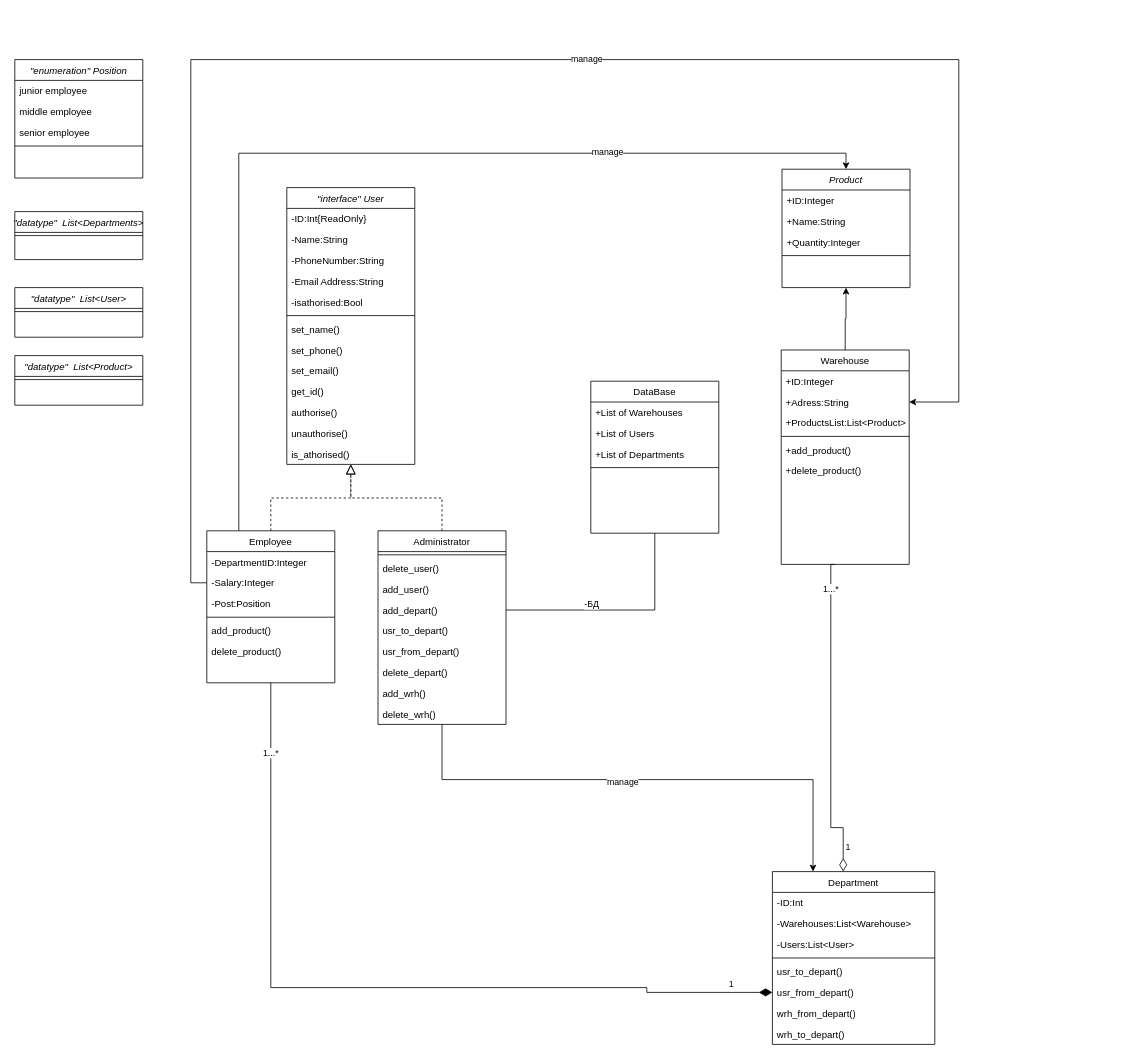
This is lab02/class-diagram.drawio from MstislavRomanovski/UML, a draw.io file, before an edit. Source tidied: cells renumbered, new cells numbered last; positions are measured from the earlier drawing's top-left corner, leaving out a move shared by most shapes. Both pictures are drawn from the tidied source at 80%, with x=0, y=0 at pixel (14, 59).
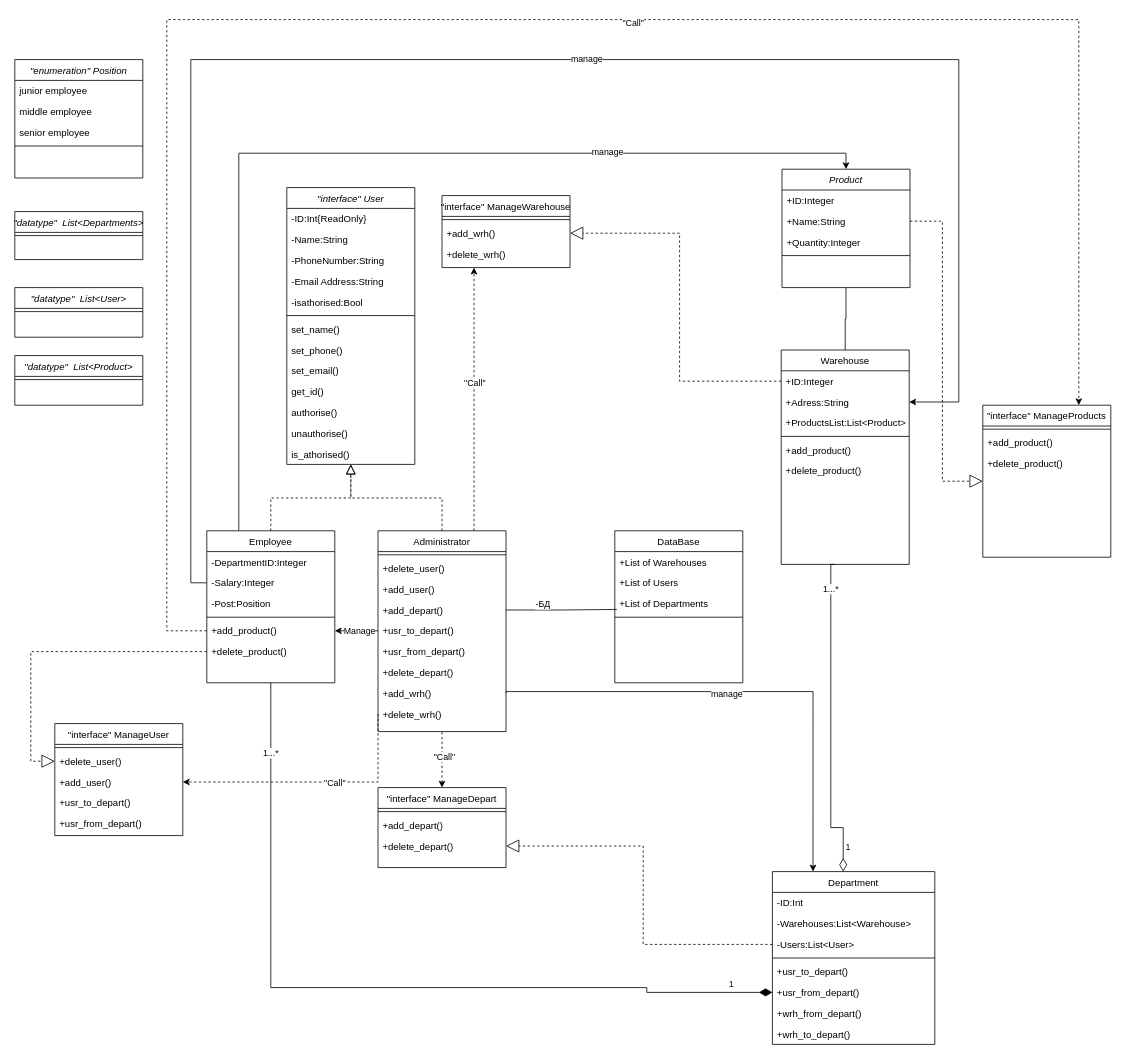
Above is the later version.

Unchanged cells that the change refers to:
```xml
<mxCell id="18" value="Employee" style="swimlane;fontStyle=0;align=center;verticalAlign=top;horizontal=1;startSize=26;rounded=0;shadow=0;strokeWidth=1;" parent="1" vertex="1">
  <mxGeometry x="240" y="589" width="160" height="190" as="geometry" />
</mxCell>
<mxCell id="40" value="Warehouse" style="swimlane;fontStyle=0;align=center;verticalAlign=top;horizontal=1;startSize=26;rounded=0;shadow=0;strokeWidth=1;" parent="1" vertex="1">
  <mxGeometry x="958" y="363" width="160" height="268" as="geometry" />
</mxCell>
<mxCell id="41" value="+ID:Integer" style="text;align=left;verticalAlign=top;spacingLeft=4;spacingRight=4;overflow=hidden;points=[[0,0.5],[1,0.5]];portConstraint=eastwest;" parent="40" vertex="1">
  <mxGeometry y="26" width="160" height="26" as="geometry" />
</mxCell>
<mxCell id="52" value="Product" style="swimlane;fontStyle=2;align=center;verticalAlign=top;horizontal=1;startSize=26;rounded=0;shadow=0;strokeWidth=1;" parent="1" vertex="1">
  <mxGeometry x="959" y="137" width="160" height="148" as="geometry" />
</mxCell>
<mxCell id="54" value="+Name:String" style="text;align=left;verticalAlign=top;spacingLeft=4;spacingRight=4;overflow=hidden;points=[[0,0.5],[1,0.5]];portConstraint=eastwest;" parent="52" vertex="1">
  <mxGeometry y="52" width="160" height="26" as="geometry" />
</mxCell>
<mxCell id="57" value="Department" style="swimlane;fontStyle=0;align=center;verticalAlign=top;horizontal=1;startSize=26;rounded=0;shadow=0;strokeWidth=1;" parent="1" vertex="1">
  <mxGeometry x="947" y="1015" width="203" height="216" as="geometry" />
</mxCell>
<mxCell id="60" value="-Users:List&lt;User&gt;" style="text;align=left;verticalAlign=top;spacingLeft=4;spacingRight=4;overflow=hidden;points=[[0,0.5],[1,0.5]];portConstraint=eastwest;rounded=0;shadow=0;html=0;" parent="57" vertex="1">
  <mxGeometry y="78" width="203" height="26" as="geometry" />
</mxCell>
<mxCell id="75" value="+List of Departments" style="text;align=left;verticalAlign=top;spacingLeft=4;spacingRight=4;overflow=hidden;points=[[0,0.5],[1,0.5]];portConstraint=eastwest;" parent="72" vertex="1">
  <mxGeometry y="78" width="160" height="26" as="geometry" />
</mxCell>
```

The edit, as a diff of the source:
```diff
@@
-    <mxCell id="23" value="add_product()" style="text;align=left;verticalAlign=top;spacingLeft=4;spacingRight=4;overflow=hidden;points=[[0,0.5],[1,0.5]];portConstraint=eastwest;rounded=0;shadow=0;html=0;" parent="18" vertex="1">
+    <mxCell id="23" value="+add_product()" style="text;align=left;verticalAlign=top;spacingLeft=4;spacingRight=4;overflow=hidden;points=[[0,0.5],[1,0.5]];portConstraint=eastwest;rounded=0;shadow=0;html=0;" parent="18" vertex="1">
       <mxGeometry y="112" width="160" height="26" as="geometry" />
     </mxCell>
-    <mxCell id="24" value="delete_product()" style="text;align=left;verticalAlign=top;spacingLeft=4;spacingRight=4;overflow=hidden;points=[[0,0.5],[1,0.5]];portConstraint=eastwest;rounded=0;shadow=0;html=0;" parent="18" vertex="1">
+    <mxCell id="24" value="+delete_product()" style="text;align=left;verticalAlign=top;spacingLeft=4;spacingRight=4;overflow=hidden;points=[[0,0.5],[1,0.5]];portConstraint=eastwest;rounded=0;shadow=0;html=0;" parent="18" vertex="1">
       <mxGeometry y="138" width="160" height="26" as="geometry" />
     </mxCell>
@@
-    <mxCell id="26" style="edgeStyle=orthogonalEdgeStyle;rounded=0;jettySize=auto;html=1;entryX=0.25;entryY=0;entryDx=0;entryDy=0;" parent="1" edge="1" source="28" target="57">
+    <mxCell id="26" style="edgeStyle=orthogonalEdgeStyle;rounded=0;jettySize=auto;html=1;entryX=0.25;entryY=0;entryDx=0;entryDy=0;exitX=1;exitY=0.5;exitDx=0;exitDy=0;" parent="1" edge="1" source="36" target="57">
       <mxGeometry relative="1" as="geometry">
         <Array as="points">
-          <mxPoint x="534" y="900" />
-          <mxPoint x="998" y="900" />
+          <mxPoint x="614" y="790" />
+          <mxPoint x="998" y="790" />
         </Array>
       </mxGeometry>
     </mxCell>
@@
+    <mxCell id="85" style="edgeStyle=orthogonalEdgeStyle;rounded=0;jettySize=auto;html=1;exitX=0.75;exitY=0;exitDx=0;exitDy=0;entryX=0.25;entryY=1;entryDx=0;entryDy=0;dashed=1;" parent="1" edge="1" source="28" target="101">
+      <mxGeometry relative="1" as="geometry" />
+    </mxCell>
+    <mxCell id="86" value="&quot;Call&quot;" style="edgeLabel;html=1;align=center;verticalAlign=middle;" parent="85" vertex="1">
+      <mxGeometry x="0.13" relative="1" as="geometry" />
+    </mxCell>
     <mxCell id="28" value="Administrator" style="swimlane;fontStyle=0;align=center;verticalAlign=top;horizontal=1;startSize=26;rounded=0;shadow=0;strokeWidth=1;" parent="1" vertex="1">
-      <mxGeometry x="454" y="589" width="160" height="242" as="geometry" />
+      <mxGeometry x="454" y="589" width="160" height="251" as="geometry" />
     </mxCell>
@@
-    <mxCell id="30" value="delete_user()" style="text;align=left;verticalAlign=top;spacingLeft=4;spacingRight=4;overflow=hidden;rounded=0;shadow=0;html=0;" parent="28" vertex="1">
+    <mxCell id="30" value="+delete_user()" style="text;align=left;verticalAlign=top;spacingLeft=4;spacingRight=4;overflow=hidden;rounded=0;shadow=0;html=0;" parent="28" vertex="1">
       <mxGeometry y="34" width="160" height="26" as="geometry" />
     </mxCell>
-    <mxCell id="31" value="add_user()" style="text;align=left;verticalAlign=top;spacingLeft=4;spacingRight=4;overflow=hidden;rounded=0;shadow=0;html=0;" parent="28" vertex="1">
+    <mxCell id="31" value="+add_user()" style="text;align=left;verticalAlign=top;spacingLeft=4;spacingRight=4;overflow=hidden;rounded=0;shadow=0;html=0;" parent="28" vertex="1">
       <mxGeometry y="60" width="160" height="26" as="geometry" />
     </mxCell>
-    <mxCell id="32" value="add_depart()" style="text;align=left;verticalAlign=top;spacingLeft=4;spacingRight=4;overflow=hidden;points=[[0,0.5],[1,0.5]];portConstraint=eastwest;rounded=0;shadow=0;html=0;" parent="28" vertex="1">
+    <mxCell id="32" value="+add_depart()" style="text;align=left;verticalAlign=top;spacingLeft=4;spacingRight=4;overflow=hidden;points=[[0,0.5],[1,0.5]];portConstraint=eastwest;rounded=0;shadow=0;html=0;" parent="28" vertex="1">
       <mxGeometry y="86" width="160" height="26" as="geometry" />
     </mxCell>
-    <mxCell id="33" value="usr_to_depart()" style="text;align=left;verticalAlign=top;spacingLeft=4;spacingRight=4;overflow=hidden;points=[[0,0.5],[1,0.5]];portConstraint=eastwest;rounded=0;shadow=0;html=0;" parent="28" vertex="1">
+    <mxCell id="33" value="+usr_to_depart()" style="text;align=left;verticalAlign=top;spacingLeft=4;spacingRight=4;overflow=hidden;points=[[0,0.5],[1,0.5]];portConstraint=eastwest;rounded=0;shadow=0;html=0;" parent="28" vertex="1">
       <mxGeometry y="112" width="160" height="26" as="geometry" />
     </mxCell>
-    <mxCell id="34" value="usr_from_depart()" style="text;align=left;verticalAlign=top;spacingLeft=4;spacingRight=4;overflow=hidden;rounded=0;shadow=0;html=0;" parent="28" vertex="1">
+    <mxCell id="34" value="+usr_from_depart()" style="text;align=left;verticalAlign=top;spacingLeft=4;spacingRight=4;overflow=hidden;rounded=0;shadow=0;html=0;" parent="28" vertex="1">
       <mxGeometry y="138" width="160" height="26" as="geometry" />
     </mxCell>
-    <mxCell id="35" value="delete_depart()" style="text;align=left;verticalAlign=top;spacingLeft=4;spacingRight=4;overflow=hidden;rounded=0;shadow=0;html=0;" parent="28" vertex="1">
+    <mxCell id="35" value="+delete_depart()" style="text;align=left;verticalAlign=top;spacingLeft=4;spacingRight=4;overflow=hidden;rounded=0;shadow=0;html=0;" parent="28" vertex="1">
       <mxGeometry y="164" width="160" height="26" as="geometry" />
     </mxCell>
-    <mxCell id="36" value="add_wrh()" style="text;align=left;verticalAlign=top;spacingLeft=4;spacingRight=4;overflow=hidden;points=[[0,0.5],[1,0.5]];portConstraint=eastwest;rounded=0;shadow=0;html=0;" parent="28" vertex="1">
+    <mxCell id="36" value="+add_wrh()" style="text;align=left;verticalAlign=top;spacingLeft=4;spacingRight=4;overflow=hidden;points=[[0,0.5],[1,0.5]];portConstraint=eastwest;rounded=0;shadow=0;html=0;" parent="28" vertex="1">
       <mxGeometry y="190" width="160" height="26" as="geometry" />
     </mxCell>
-    <mxCell id="37" value="delete_wrh()" style="text;align=left;verticalAlign=top;spacingLeft=4;spacingRight=4;overflow=hidden;points=[[0,0.5],[1,0.5]];portConstraint=eastwest;rounded=0;shadow=0;html=0;" parent="28" vertex="1">
+    <mxCell id="37" value="+delete_wrh()" style="text;align=left;verticalAlign=top;spacingLeft=4;spacingRight=4;overflow=hidden;points=[[0,0.5],[1,0.5]];portConstraint=eastwest;rounded=0;shadow=0;html=0;" parent="28" vertex="1">
       <mxGeometry y="216" width="160" height="26" as="geometry" />
     </mxCell>
@@
-    <mxCell id="39" style="edgeStyle=orthogonalEdgeStyle;rounded=0;jettySize=auto;html=1;entryX=0.5;entryY=1;entryDx=0;entryDy=0;" parent="1" edge="1" source="40" target="52">
+    <mxCell id="39" style="edgeStyle=orthogonalEdgeStyle;rounded=0;jettySize=auto;html=1;entryX=0.5;entryY=1;entryDx=0;entryDy=0;endArrow=none;endFill=0;" parent="1" edge="1" source="40" target="52">
       <mxGeometry relative="1" as="geometry" />
     </mxCell>
+    <mxCell id="87" style="edgeStyle=orthogonalEdgeStyle;rounded=0;jettySize=auto;html=1;exitX=1;exitY=0.5;exitDx=0;exitDy=0;entryX=0;entryY=0.5;entryDx=0;entryDy=0;endArrow=block;endFill=0;dashed=1;endSize=14;" parent="1" edge="1" source="54" target="88">
+      <mxGeometry relative="1" as="geometry" />
+    </mxCell>
@@
-    <mxCell id="62" value="usr_to_depart()" style="text;align=left;verticalAlign=top;spacingLeft=4;spacingRight=4;overflow=hidden;rounded=0;shadow=0;html=0;" parent="57" vertex="1">
+    <mxCell id="62" value="+usr_to_depart()" style="text;align=left;verticalAlign=top;spacingLeft=4;spacingRight=4;overflow=hidden;rounded=0;shadow=0;html=0;" parent="57" vertex="1">
       <mxGeometry y="112" width="203" height="26" as="geometry" />
     </mxCell>
-    <mxCell id="63" value="usr_from_depart()" style="text;align=left;verticalAlign=top;spacingLeft=4;spacingRight=4;overflow=hidden;points=[[0,0.5],[1,0.5]];portConstraint=eastwest;rounded=0;shadow=0;html=0;" parent="57" vertex="1">
+    <mxCell id="63" value="+usr_from_depart()" style="text;align=left;verticalAlign=top;spacingLeft=4;spacingRight=4;overflow=hidden;points=[[0,0.5],[1,0.5]];portConstraint=eastwest;rounded=0;shadow=0;html=0;" parent="57" vertex="1">
       <mxGeometry y="138" width="203" height="26" as="geometry" />
     </mxCell>
-    <mxCell id="64" value="wrh_from_depart()" style="text;align=left;verticalAlign=top;spacingLeft=4;spacingRight=4;overflow=hidden;rounded=0;shadow=0;html=0;" parent="57" vertex="1">
+    <mxCell id="64" value="+wrh_from_depart()" style="text;align=left;verticalAlign=top;spacingLeft=4;spacingRight=4;overflow=hidden;rounded=0;shadow=0;html=0;" parent="57" vertex="1">
       <mxGeometry y="164" width="203" height="26" as="geometry" />
     </mxCell>
-    <mxCell id="65" value="wrh_to_depart()" style="text;align=left;verticalAlign=top;spacingLeft=4;spacingRight=4;overflow=hidden;rounded=0;shadow=0;html=0;" parent="57" vertex="1">
+    <mxCell id="65" value="+wrh_to_depart()" style="text;align=left;verticalAlign=top;spacingLeft=4;spacingRight=4;overflow=hidden;rounded=0;shadow=0;html=0;" parent="57" vertex="1">
       <mxGeometry y="190" width="203" height="26" as="geometry" />
     </mxCell>
@@
     <mxCell id="72" value="DataBase" style="swimlane;fontStyle=0;align=center;verticalAlign=top;horizontal=1;startSize=26;rounded=0;shadow=0;strokeWidth=1;" parent="1" vertex="1">
-      <mxGeometry x="720" y="402" width="160" height="190" as="geometry" />
+      <mxGeometry x="750" y="589" width="160" height="190" as="geometry" />
     </mxCell>
@@
-    <mxCell id="77" style="edgeStyle=orthogonalEdgeStyle;rounded=0;jettySize=auto;html=1;exitX=1;exitY=0.5;exitDx=0;exitDy=0;entryX=0.5;entryY=1;entryDx=0;entryDy=0;endArrow=none;endFill=0;" parent="1" edge="1" source="32" target="72">
+    <mxCell id="77" style="edgeStyle=orthogonalEdgeStyle;rounded=0;jettySize=auto;html=1;exitX=1;exitY=0.5;exitDx=0;exitDy=0;entryX=0.016;entryY=0.78;entryDx=0;entryDy=0;endArrow=none;endFill=0;entryPerimeter=0;" parent="1" edge="1" source="32" target="75">
       <mxGeometry relative="1" as="geometry" />
     </mxCell>
@@
+    <mxCell id="88" value="&quot;interface&quot; ManageProducts" style="swimlane;fontStyle=0;align=center;verticalAlign=top;horizontal=1;startSize=26;rounded=0;shadow=0;strokeWidth=1;" parent="1" vertex="1">
+      <mxGeometry x="1210" y="432" width="160" height="190" as="geometry" />
+    </mxCell>
+    <mxCell id="89" style="line;html=1;strokeWidth=1;align=left;verticalAlign=middle;spacingTop=-1;spacingLeft=3;spacingRight=3;labelPosition=right;" parent="88" vertex="1">
+      <mxGeometry y="26" width="160" height="8" as="geometry" />
+    </mxCell>
+    <mxCell id="90" value="+add_product()" style="text;align=left;verticalAlign=top;spacingLeft=4;spacingRight=4;overflow=hidden;rounded=0;shadow=0;html=0;" parent="88" vertex="1">
+      <mxGeometry y="34" width="160" height="26" as="geometry" />
+    </mxCell>
+    <mxCell id="91" value="+delete_product()" style="text;align=left;verticalAlign=top;spacingLeft=4;spacingRight=4;overflow=hidden;rounded=0;shadow=0;html=0;" parent="88" vertex="1">
+      <mxGeometry y="60" width="160" height="26" as="geometry" />
+    </mxCell>
+    <mxCell id="92" style="edgeStyle=orthogonalEdgeStyle;rounded=0;jettySize=auto;html=1;exitX=0;exitY=0.5;exitDx=0;exitDy=0;entryX=0.75;entryY=0;entryDx=0;entryDy=0;dashed=1;" parent="1" edge="1" source="23" target="88">
+      <mxGeometry relative="1" as="geometry">
+        <Array as="points">
+          <mxPoint x="190" y="714" />
+          <mxPoint x="190" y="-50" />
+          <mxPoint x="1330" y="-50" />
+        </Array>
+      </mxGeometry>
+    </mxCell>
+    <mxCell id="93" value="&quot;Call&quot;" style="edgeLabel;html=1;align=center;verticalAlign=middle;" parent="92" vertex="1">
+      <mxGeometry x="0.16" y="-4" relative="1" as="geometry">
+        <mxPoint x="-17" as="offset" />
+      </mxGeometry>
+    </mxCell>
+    <mxCell id="94" style="edgeStyle=orthogonalEdgeStyle;rounded=0;jettySize=auto;html=1;exitX=0.5;exitY=0;exitDx=0;exitDy=0;entryX=0.5;entryY=1;entryDx=0;entryDy=0;endArrow=none;endFill=0;startArrow=classic;startFill=1;dashed=1;" parent="1" edge="1" source="96" target="28">
+      <mxGeometry relative="1" as="geometry" />
+    </mxCell>
+    <mxCell id="95" value="&quot;Call&quot;" style="edgeLabel;html=1;align=center;verticalAlign=middle;" parent="94" vertex="1">
+      <mxGeometry x="0.11" y="-2" relative="1" as="geometry" />
+    </mxCell>
+    <mxCell id="96" value="&quot;interface&quot; ManageDepart" style="swimlane;fontStyle=0;align=center;verticalAlign=top;horizontal=1;startSize=26;rounded=0;shadow=0;strokeWidth=1;" parent="1" vertex="1">
+      <mxGeometry x="454" y="910" width="160" height="100" as="geometry" />
+    </mxCell>
+    <mxCell id="97" style="line;html=1;strokeWidth=1;align=left;verticalAlign=middle;spacingTop=-1;spacingLeft=3;spacingRight=3;labelPosition=right;" parent="96" vertex="1">
+      <mxGeometry y="26" width="160" height="8" as="geometry" />
+    </mxCell>
+    <mxCell id="98" value="+add_depart()" style="text;align=left;verticalAlign=top;spacingLeft=4;spacingRight=4;overflow=hidden;rounded=0;shadow=0;html=0;" parent="96" vertex="1">
+      <mxGeometry y="34" width="160" height="26" as="geometry" />
+    </mxCell>
+    <mxCell id="99" value="+delete_depart()" style="text;align=left;verticalAlign=top;spacingLeft=4;spacingRight=4;overflow=hidden;points=[[0,0.5],[1,0.5]];portConstraint=eastwest;rounded=0;shadow=0;html=0;" parent="96" vertex="1">
+      <mxGeometry y="60" width="160" height="26" as="geometry" />
+    </mxCell>
+    <mxCell id="100" style="edgeStyle=orthogonalEdgeStyle;rounded=0;jettySize=auto;html=1;exitX=0;exitY=0.5;exitDx=0;exitDy=0;entryX=1;entryY=0.5;entryDx=0;entryDy=0;dashed=1;endArrow=block;endFill=0;endSize=14;" parent="1" edge="1" source="60" target="99">
+      <mxGeometry relative="1" as="geometry" />
+    </mxCell>
+    <mxCell id="101" value="&quot;interface&quot; ManageWarehouse" style="swimlane;fontStyle=0;align=center;verticalAlign=top;horizontal=1;startSize=26;rounded=0;shadow=0;strokeWidth=1;" parent="1" vertex="1">
+      <mxGeometry x="534" y="170" width="160" height="90" as="geometry" />
+    </mxCell>
+    <mxCell id="102" style="line;html=1;strokeWidth=1;align=left;verticalAlign=middle;spacingTop=-1;spacingLeft=3;spacingRight=3;labelPosition=right;" parent="101" vertex="1">
+      <mxGeometry y="26" width="160" height="8" as="geometry" />
+    </mxCell>
+    <mxCell id="103" value="+add_wrh()" style="text;align=left;verticalAlign=top;spacingLeft=4;spacingRight=4;overflow=hidden;points=[[0,0.5],[1,0.5]];portConstraint=eastwest;rounded=0;shadow=0;html=0;" parent="101" vertex="1">
+      <mxGeometry y="34" width="160" height="26" as="geometry" />
+    </mxCell>
+    <mxCell id="104" value="+delete_wrh()" style="text;align=left;verticalAlign=top;spacingLeft=4;spacingRight=4;overflow=hidden;rounded=0;shadow=0;html=0;" parent="101" vertex="1">
+      <mxGeometry y="60" width="160" height="26" as="geometry" />
+    </mxCell>
+    <mxCell id="105" style="edgeStyle=orthogonalEdgeStyle;rounded=0;jettySize=auto;html=1;entryX=1;entryY=0.5;entryDx=0;entryDy=0;dashed=1;endArrow=block;endFill=0;endSize=14;exitX=0;exitY=0.5;exitDx=0;exitDy=0;" parent="1" edge="1" source="41" target="103">
+      <mxGeometry relative="1" as="geometry" />
+    </mxCell>
+    <mxCell id="106" value="&quot;interface&quot; ManageUser" style="swimlane;fontStyle=0;align=center;verticalAlign=top;horizontal=1;startSize=26;rounded=0;shadow=0;strokeWidth=1;" parent="1" vertex="1">
+      <mxGeometry x="50" y="830" width="160" height="140" as="geometry" />
+    </mxCell>
+    <mxCell id="107" style="line;html=1;strokeWidth=1;align=left;verticalAlign=middle;spacingTop=-1;spacingLeft=3;spacingRight=3;labelPosition=right;" parent="106" vertex="1">
+      <mxGeometry y="26" width="160" height="8" as="geometry" />
+    </mxCell>
+    <mxCell id="108" value="+delete_user()" style="text;align=left;verticalAlign=top;spacingLeft=4;spacingRight=4;overflow=hidden;points=[[0,0.5],[1,0.5]];portConstraint=eastwest;rounded=0;shadow=0;html=0;" parent="106" vertex="1">
+      <mxGeometry y="34" width="160" height="26" as="geometry" />
+    </mxCell>
+    <mxCell id="109" value="+add_user()" style="text;align=left;verticalAlign=top;spacingLeft=4;spacingRight=4;overflow=hidden;points=[[0,0.5],[1,0.5]];portConstraint=eastwest;rounded=0;shadow=0;html=0;" parent="106" vertex="1">
+      <mxGeometry y="60" width="160" height="26" as="geometry" />
+    </mxCell>
+    <mxCell id="110" value="+usr_to_depart()" style="text;align=left;verticalAlign=top;spacingLeft=4;spacingRight=4;overflow=hidden;rounded=0;shadow=0;html=0;" parent="106" vertex="1">
+      <mxGeometry y="86" width="160" height="26" as="geometry" />
+    </mxCell>
+    <mxCell id="111" value="+usr_from_depart()" style="text;align=left;verticalAlign=top;spacingLeft=4;spacingRight=4;overflow=hidden;rounded=0;shadow=0;html=0;" parent="106" vertex="1">
+      <mxGeometry y="112" width="160" height="26" as="geometry" />
+    </mxCell>
+    <mxCell id="112" style="edgeStyle=orthogonalEdgeStyle;rounded=0;jettySize=auto;html=1;exitX=0;exitY=0.5;exitDx=0;exitDy=0;entryX=1;entryY=0.5;entryDx=0;entryDy=0;dashed=1;" parent="1" edge="1" source="37" target="109">
+      <mxGeometry relative="1" as="geometry">
+        <Array as="points">
+          <mxPoint x="454" y="903" />
+        </Array>
+      </mxGeometry>
+    </mxCell>
+    <mxCell id="113" value="&quot;Call&quot;" style="edgeLabel;html=1;align=center;verticalAlign=middle;" parent="112" vertex="1">
+      <mxGeometry x="0.44" y="1" relative="1" as="geometry">
+        <mxPoint x="97" y="-1" as="offset" />
+      </mxGeometry>
+    </mxCell>
+    <mxCell id="114" style="edgeStyle=orthogonalEdgeStyle;rounded=0;jettySize=auto;html=1;exitX=0;exitY=0.5;exitDx=0;exitDy=0;entryX=0;entryY=0.5;entryDx=0;entryDy=0;dashed=1;endArrow=block;endFill=0;endSize=14;" parent="1" edge="1" source="24" target="108">
+      <mxGeometry relative="1" as="geometry" />
+    </mxCell>
+    <mxCell id="115" style="edgeStyle=orthogonalEdgeStyle;rounded=0;jettySize=auto;html=1;exitX=0;exitY=0.5;exitDx=0;exitDy=0;" parent="1" edge="1" source="33" target="23">
+      <mxGeometry relative="1" as="geometry" />
+    </mxCell>
+    <mxCell id="116" value="Manage" style="edgeLabel;html=1;align=center;verticalAlign=middle;" parent="115" vertex="1">
+      <mxGeometry x="-0.18" y="-1" relative="1" as="geometry">
+        <mxPoint x="-2" y="1" as="offset" />
+      </mxGeometry>
+    </mxCell>
```
